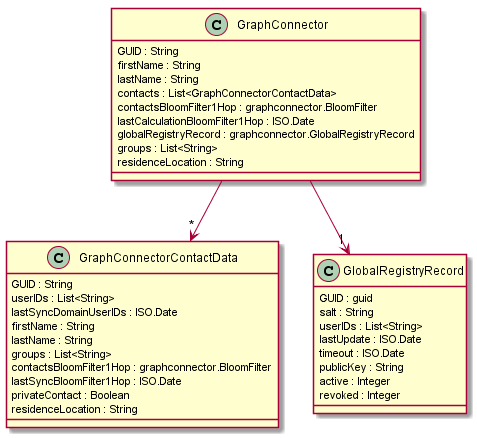
The PlantUML diagram docs/datamodel/core/graph-connector/graph-connector.png in reTHINK-project/dev-service-framework, before a commit. Source of this version:
```plantuml
@startuml "../../docs/datamodel/core/graph-connector/graph-connector.png"

GraphConnector -->"*" GraphConnectorContactData
GraphConnector -->"1" GlobalRegistryRecord


class GraphConnector {

GUID : String
firstName : String
lastName : String
contacts : List<GraphConnectorContactData>
contactsBloomFilter1Hop : graphconnector.BloomFilter
lastCalculationBloomFilter1Hop : ISO.Date
globalRegistryRecord : graphconnector.GlobalRegistryRecord
groups : List<String>
residenceLocation : String

}


class GraphConnectorContactData {

GUID : String
userIDs : List<String>
lastSyncDomainUserIDs : ISO.Date
firstName : String
lastName : String
groups : List<String>
contactsBloomFilter1Hop : graphconnector.BloomFilter
lastSyncBloomFilter1Hop : ISO.Date
privateContact : Boolean
residenceLocation : String

}


class GlobalRegistryRecord {

GUID : guid
salt : String
userIDs : List<String>
lastUpdate : ISO.Date
timeout : ISO.Date
publicKey : String
active : Integer
revoked : Integer

}



@enduml
```
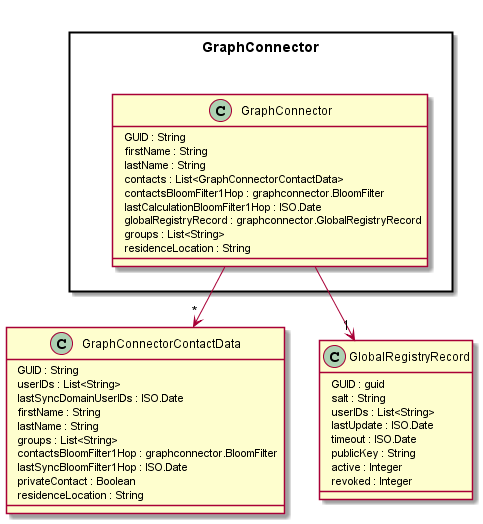
The same diagram one commit later.

The edit, as a diff of the source:
```diff
@@ -3,51 +3,52 @@
 GraphConnector -->"*" GraphConnectorContactData
 GraphConnector -->"1" GlobalRegistryRecord
 
+package GraphConnector <<Rect>> {
 
-class GraphConnector {
+  class GraphConnector {
 
-GUID : String
-firstName : String
-lastName : String
-contacts : List<GraphConnectorContactData>
-contactsBloomFilter1Hop : graphconnector.BloomFilter
-lastCalculationBloomFilter1Hop : ISO.Date
-globalRegistryRecord : graphconnector.GlobalRegistryRecord
-groups : List<String>
-residenceLocation : String
+  GUID : String
+  firstName : String
+  lastName : String
+  contacts : List<GraphConnectorContactData>
+  contactsBloomFilter1Hop : graphconnector.BloomFilter
+  lastCalculationBloomFilter1Hop : ISO.Date
+  globalRegistryRecord : graphconnector.GlobalRegistryRecord
+  groups : List<String>
+  residenceLocation : String
 
+  }
+
+
+  class GraphConnectorContactData {
+
+  GUID : String
+  userIDs : List<String>
+  lastSyncDomainUserIDs : ISO.Date
+  firstName : String
+  lastName : String
+  groups : List<String>
+  contactsBloomFilter1Hop : graphconnector.BloomFilter
+  lastSyncBloomFilter1Hop : ISO.Date
+  privateContact : Boolean
+  residenceLocation : String
+
+  }
+
+
+  class GlobalRegistryRecord {
+
+  GUID : guid
+  salt : String
+  userIDs : List<String>
+  lastUpdate : ISO.Date
+  timeout : ISO.Date
+  publicKey : String
+  active : Integer
+  revoked : Integer
+
+  }
 }
 
 
-class GraphConnectorContactData {
-
-GUID : String
-userIDs : List<String>
-lastSyncDomainUserIDs : ISO.Date
-firstName : String
-lastName : String
-groups : List<String>
-contactsBloomFilter1Hop : graphconnector.BloomFilter
-lastSyncBloomFilter1Hop : ISO.Date
-privateContact : Boolean
-residenceLocation : String
-
-}
-
-
-class GlobalRegistryRecord {
-
-GUID : guid
-salt : String
-userIDs : List<String>
-lastUpdate : ISO.Date
-timeout : ISO.Date
-publicKey : String
-active : Integer
-revoked : Integer
-
-}
-
-
-
 @enduml
```
